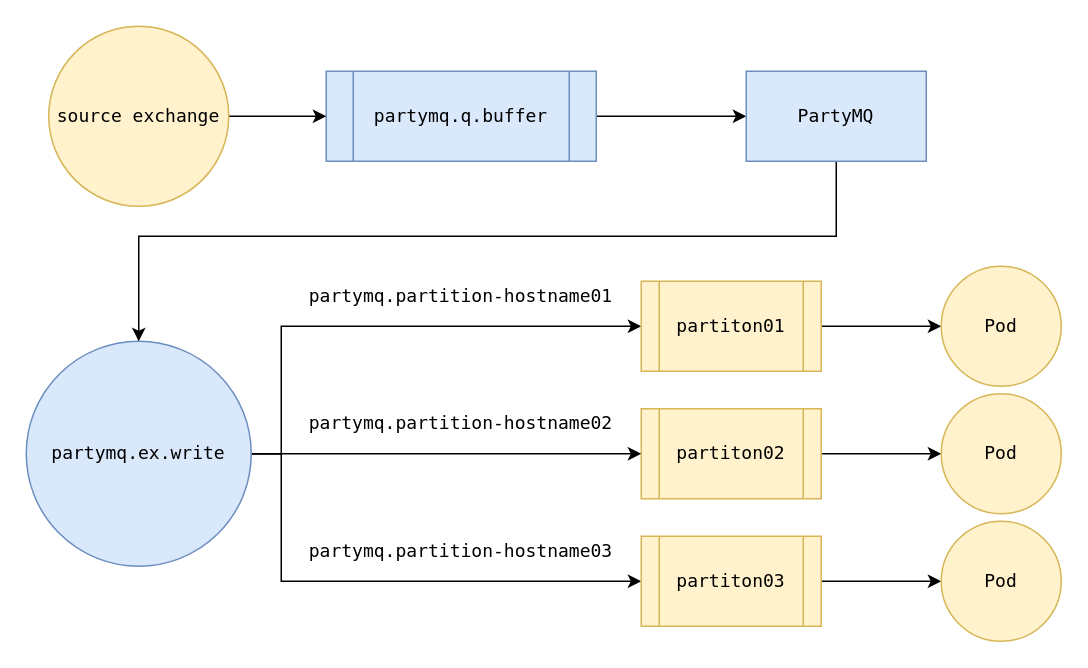
Earlier version of the draw.io diagram docs/drawio/partitioned-msg-flow.drawio (dnsx2k/partymq). Source tidied: cells renumbered, new cells numbered last; positions are measured from the earlier drawing's top-left corner, leaving out a move shared by most shapes. Both pictures are drawn from the tidied source at 150%, with x=0, y=0 at pixel (26, 26).
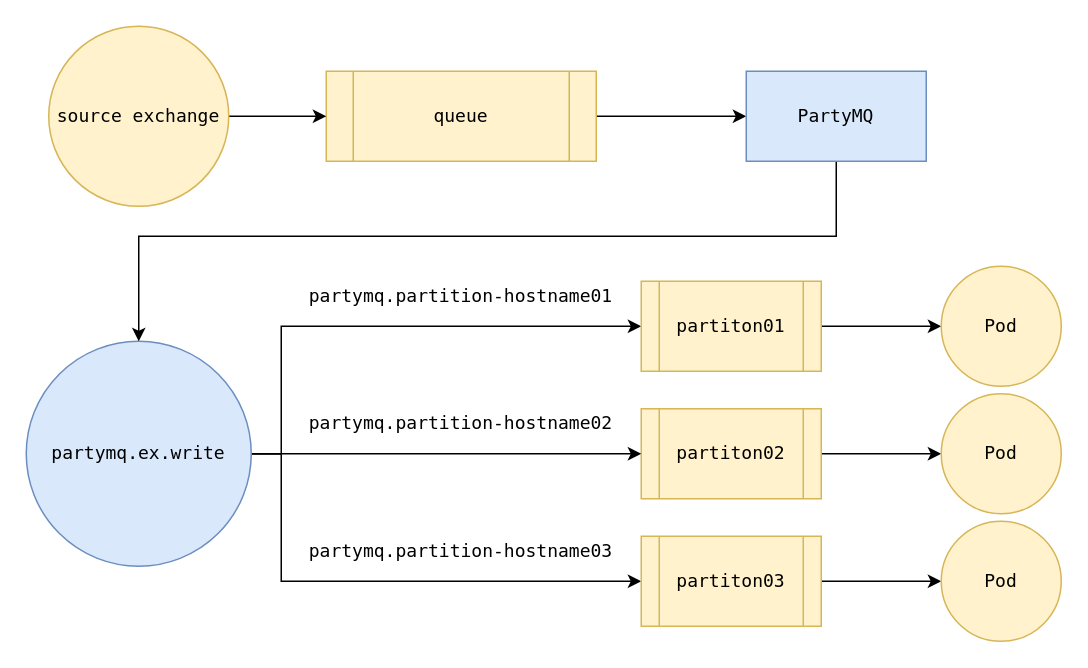
After the change.

Commit message (it also covers changes not shown here):
Source queue to client side

Change to the diagram source:
```diff
@@
-    <mxCell id="10" value="&lt;div style=&quot;font-family: &amp;quot;Menlo&amp;quot;, monospace; font-size: 9pt;&quot;&gt;partymq.q.buffer&lt;br&gt;&lt;/div&gt;" style="shape=process;whiteSpace=wrap;html=1;backgroundOutline=1;fillColor=#dae8fc;strokeColor=#6c8ebf;" parent="1" vertex="1">
+    <mxCell id="10" value="&lt;div style=&quot;font-family: &amp;quot;Menlo&amp;quot;, monospace; font-size: 9pt;&quot;&gt;queue&lt;br&gt;&lt;/div&gt;" style="shape=process;whiteSpace=wrap;html=1;backgroundOutline=1;fillColor=#fff2cc;strokeColor=#d6b656;" parent="1" vertex="1">
       <mxGeometry x="200" y="30" width="180" height="60" as="geometry" />
     </mxCell>
```
